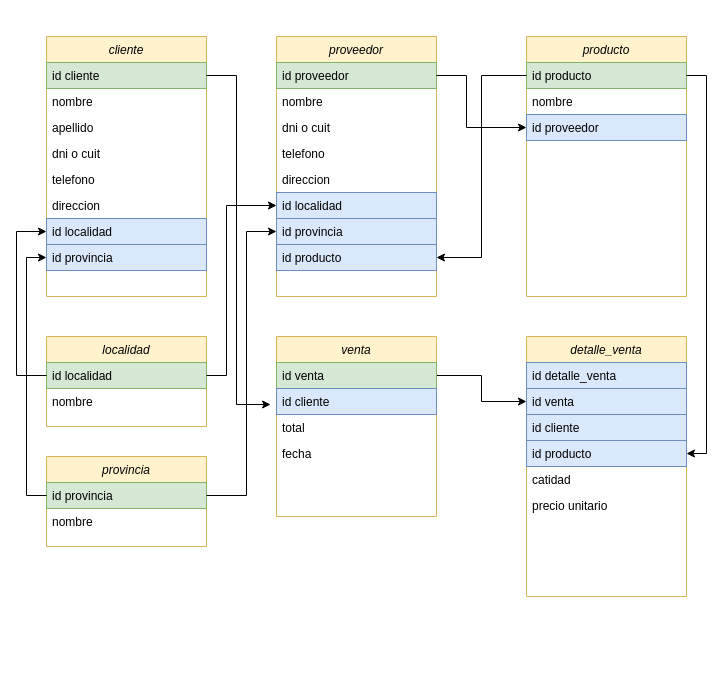
Earlier version of the draw.io diagram Diagrama sin título.drawio (raul0405/miproyecto). Source tidied: cells renumbered, new cells numbered last; positions are measured from the earlier drawing's top-left corner, leaving out a move shared by most shapes. Both pictures are drawn from the tidied source at 100%, with x=0, y=0 at pixel (16, 36).
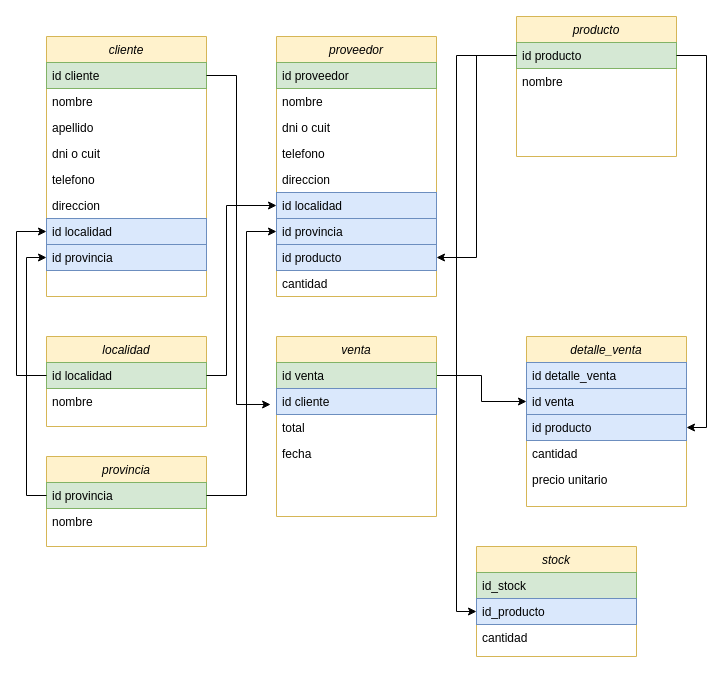
The same page after the edit.

Unchanged cells that the change refers to:
```xml
<mxCell id="11" value="proveedor" style="swimlane;fontStyle=2;align=center;verticalAlign=top;horizontal=1;startSize=26;rounded=0;shadow=0;strokeWidth=1;fillColor=#fff2cc;strokeColor=#d6b656;" parent="1" vertex="1">
  <mxGeometry x="260" width="160" height="260" as="geometry" />
</mxCell>
<mxCell id="12" value="id proveedor" style="text;align=left;verticalAlign=top;spacingLeft=4;spacingRight=4;overflow=hidden;points=[[0,0.5],[1,0.5]];portConstraint=eastwest;fillColor=#d5e8d4;strokeColor=#82b366;" parent="11" vertex="1">
  <mxGeometry y="26" width="160" height="26" as="geometry" />
</mxCell>
<mxCell id="21" value="id producto" style="text;align=left;verticalAlign=top;spacingLeft=4;spacingRight=4;overflow=hidden;points=[[0,0.5],[1,0.5]];portConstraint=eastwest;fillColor=#d5e8d4;strokeColor=#82b366;" parent="20" vertex="1">
  <mxGeometry y="26" width="160" height="26" as="geometry" />
</mxCell>
```

What changed in the source:
```diff
@@
+    <mxCell id="51" value="cantidad" style="text;align=left;verticalAlign=top;spacingLeft=4;spacingRight=4;overflow=hidden;" parent="11" vertex="1">
+      <mxGeometry y="234" width="160" height="26" as="geometry" />
+    </mxCell>
     <mxCell id="20" value="producto" style="swimlane;fontStyle=2;align=center;verticalAlign=top;horizontal=1;startSize=26;rounded=0;shadow=0;strokeWidth=1;fillColor=#fff2cc;strokeColor=#d6b656;" parent="1" vertex="1">
-      <mxGeometry x="510" width="160" height="260" as="geometry" />
+      <mxGeometry x="500" y="-20" width="160" height="140" as="geometry" />
     </mxCell>
@@
-    <mxCell id="23" value="id proveedor" style="text;align=left;verticalAlign=top;spacingLeft=4;spacingRight=4;overflow=hidden;points=[[0,0.5],[1,0.5]];portConstraint=eastwest;rounded=0;shadow=0;html=0;fillColor=#dae8fc;strokeColor=#6c8ebf;" parent="20" vertex="1">
-      <mxGeometry y="78" width="160" height="26" as="geometry" />
-    </mxCell>
@@
-    <mxCell id="33" style="edgeStyle=orthogonalEdgeStyle;rounded=0;jettySize=auto;html=1;exitX=1;exitY=0.5;exitDx=0;exitDy=0;entryX=0;entryY=0.5;entryDx=0;entryDy=0;" parent="1" edge="1" source="12" target="23">
-      <mxGeometry relative="1" as="geometry">
-        <Array as="points">
-          <mxPoint x="450" y="39" />
-          <mxPoint x="450" y="91" />
-        </Array>
-      </mxGeometry>
-    </mxCell>
@@
     <mxCell id="36" value="detalle_venta" style="swimlane;fontStyle=2;align=center;verticalAlign=top;horizontal=1;startSize=26;rounded=0;shadow=0;strokeWidth=1;fillColor=#fff2cc;strokeColor=#d6b656;" parent="1" vertex="1">
-      <mxGeometry x="510" y="300" width="160" height="260" as="geometry" />
+      <mxGeometry x="510" y="300" width="160" height="170" as="geometry" />
     </mxCell>
@@
-    <mxCell id="39" value="id cliente" style="text;align=left;verticalAlign=top;spacingLeft=4;spacingRight=4;overflow=hidden;fillColor=#dae8fc;strokeColor=#6c8ebf;" parent="36" vertex="1">
-      <mxGeometry y="78" width="160" height="26" as="geometry" />
-    </mxCell>
     <mxCell id="40" value="id producto" style="text;align=left;verticalAlign=top;spacingLeft=4;spacingRight=4;overflow=hidden;points=[[0,0.5],[1,0.5]];portConstraint=eastwest;rounded=0;shadow=0;html=0;fillColor=#dae8fc;strokeColor=#6c8ebf;" parent="36" vertex="1">
-      <mxGeometry y="104" width="160" height="26" as="geometry" />
+      <mxGeometry y="78" width="160" height="26" as="geometry" />
     </mxCell>
-    <mxCell id="41" value="catidad" style="text;align=left;verticalAlign=top;spacingLeft=4;spacingRight=4;overflow=hidden;" parent="36" vertex="1">
-      <mxGeometry y="130" width="160" height="26" as="geometry" />
+    <mxCell id="41" value="cantidad" style="text;align=left;verticalAlign=top;spacingLeft=4;spacingRight=4;overflow=hidden;" parent="36" vertex="1">
+      <mxGeometry y="104" width="160" height="26" as="geometry" />
     </mxCell>
     <mxCell id="42" value="precio unitario" style="text;align=left;verticalAlign=top;spacingLeft=4;spacingRight=4;overflow=hidden;" parent="36" vertex="1">
-      <mxGeometry y="156" width="160" height="26" as="geometry" />
+      <mxGeometry y="130" width="160" height="26" as="geometry" />
     </mxCell>
@@
+    <mxCell id="52" value="stock" style="swimlane;fontStyle=2;align=center;verticalAlign=top;horizontal=1;startSize=26;rounded=0;shadow=0;strokeWidth=1;fillColor=#fff2cc;strokeColor=#d6b656;" parent="1" vertex="1">
+      <mxGeometry x="460" y="510" width="160" height="110" as="geometry" />
+    </mxCell>
+    <mxCell id="53" value="id_stock" style="text;align=left;verticalAlign=top;spacingLeft=4;spacingRight=4;overflow=hidden;fillColor=#d5e8d4;strokeColor=#82b366;" parent="52" vertex="1">
+      <mxGeometry y="26" width="160" height="26" as="geometry" />
+    </mxCell>
+    <mxCell id="54" value="id_producto" style="text;align=left;verticalAlign=top;spacingLeft=4;spacingRight=4;overflow=hidden;points=[[0,0.5],[1,0.5]];portConstraint=eastwest;fillColor=#dae8fc;strokeColor=#6c8ebf;" parent="52" vertex="1">
+      <mxGeometry y="52" width="160" height="26" as="geometry" />
+    </mxCell>
+    <mxCell id="55" value="cantidad" style="text;align=left;verticalAlign=top;spacingLeft=4;spacingRight=4;overflow=hidden;" parent="52" vertex="1">
+      <mxGeometry y="78" width="160" height="26" as="geometry" />
+    </mxCell>
+    <mxCell id="56" style="edgeStyle=orthogonalEdgeStyle;rounded=0;jettySize=auto;html=1;exitX=0;exitY=0.5;exitDx=0;exitDy=0;entryX=0;entryY=0.5;entryDx=0;entryDy=0;" parent="1" edge="1" source="21" target="54">
+      <mxGeometry relative="1" as="geometry">
+        <Array as="points">
+          <mxPoint x="440" y="19" />
+          <mxPoint x="440" y="575" />
+        </Array>
+      </mxGeometry>
+    </mxCell>
```
